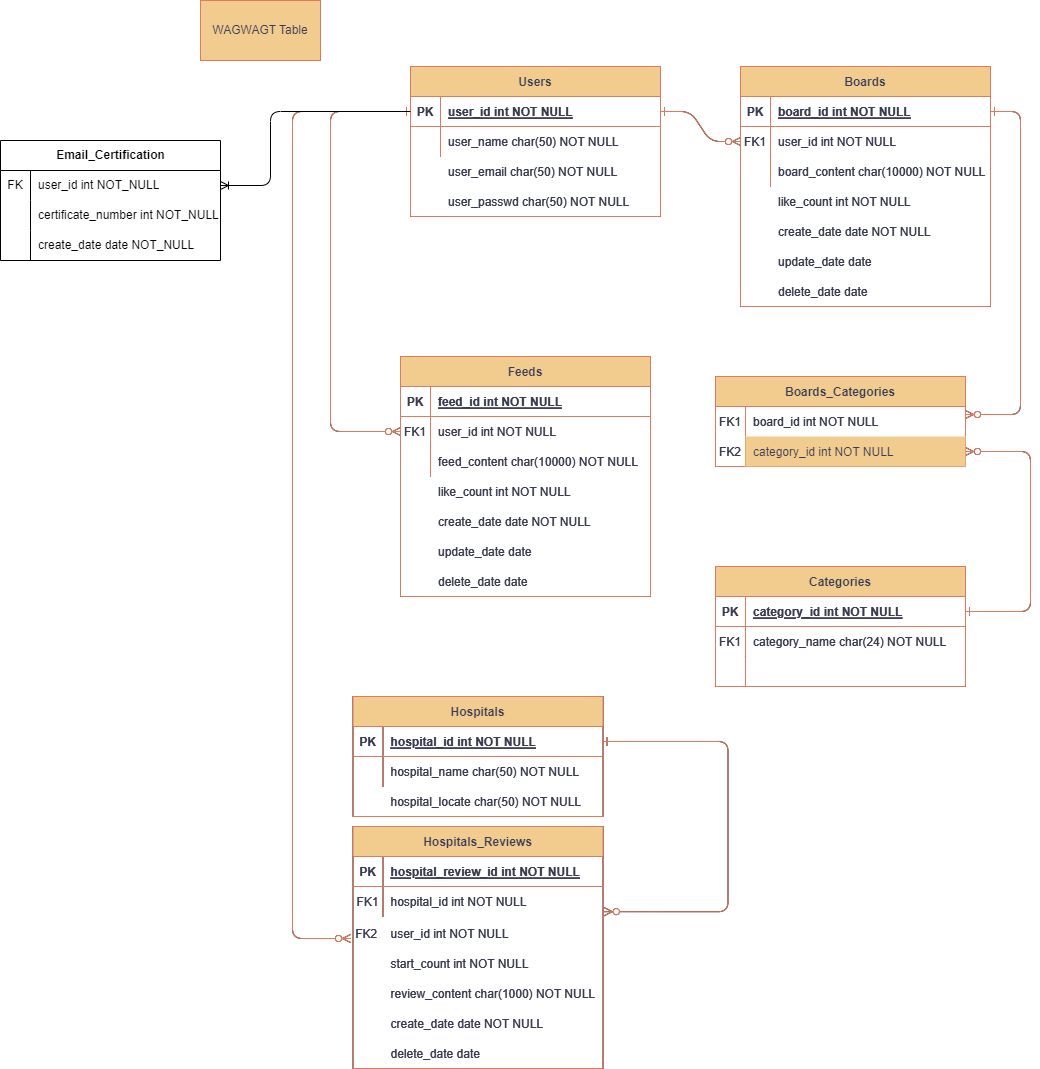
Before: wagwagt_table.drawio.png, a diagram exported from draw.io (jihoonLeee/borikkori_api). Source tidied: cells renumbered, new cells last; positions are measured from the earlier drawing's top-left corner, leaving out a move shared by most shapes.
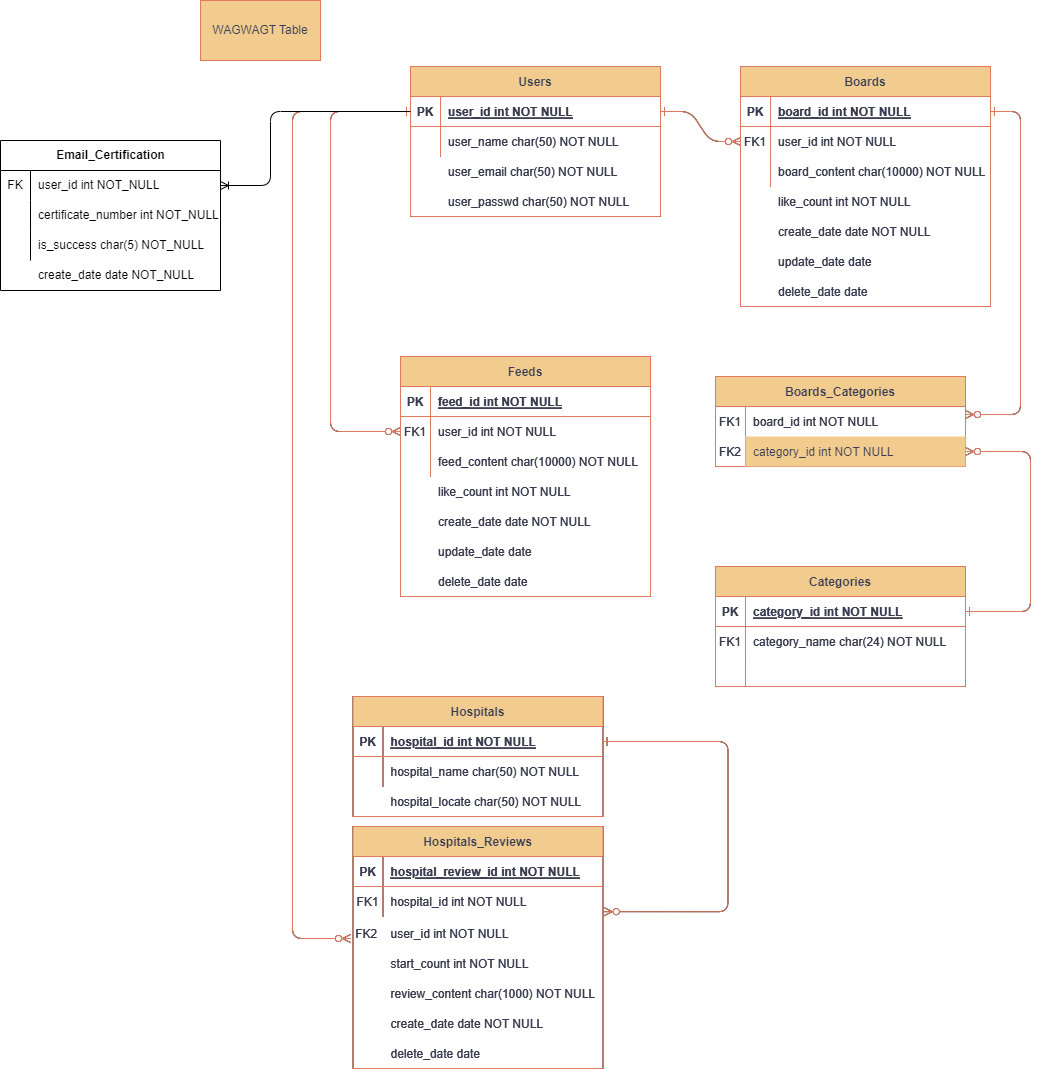
Above is the later version.

Diff of the diagram source:
```diff
@@ -595,7 +595,7 @@
       <mxGeometry x="200" width="120" height="60" as="geometry" />
     </mxCell>
     <mxCell id="182" value="Email_Certification" style="shape=table;startSize=30;rowLines=0;fontStyle=1;align=center;html=1;" parent="1" vertex="1">
-      <mxGeometry y="140" width="220" height="120" as="geometry" />
+      <mxGeometry y="140" width="220" height="150" as="geometry" />
     </mxCell>
     <mxCell id="183" style="shape=tableRow;horizontal=0;startSize=0;swimlaneHead=0;swimlaneBody=0;fillColor=none;points=[[0,0.5],[1,0.5]];portConstraint=eastwest;top=0;left=0;right=0;bottom=0;" parent="182" vertex="1">
       <mxGeometry y="30" width="220" height="30" as="geometry" />
@@ -621,7 +621,7 @@
     <mxCell id="190" style="shape=partialRectangle;fillColor=none;top=0;left=0;bottom=0;right=0;overflow=hidden;whiteSpace=wrap;html=1;" parent="189" vertex="1">
       <mxGeometry width="30" height="30" as="geometry" />
     </mxCell>
-    <mxCell id="191" value="create_date date NOT_NULL" style="shape=partialRectangle;fillColor=none;top=0;left=0;bottom=0;right=0;align=left;spacingLeft=6;overflow=hidden;whiteSpace=wrap;html=1;" parent="189" vertex="1">
+    <mxCell id="191" value="is_success char(5) NOT_NULL" style="shape=partialRectangle;fillColor=none;top=0;left=0;bottom=0;right=0;align=left;spacingLeft=6;overflow=hidden;whiteSpace=wrap;html=1;" parent="189" vertex="1">
       <mxGeometry x="30" width="190" height="30" as="geometry" />
     </mxCell>
     <mxCell id="192" style="edgeStyle=orthogonalEdgeStyle;fontSize=12;html=1;endArrow=ERoneToMany;entryX=1;entryY=0.5;entryDx=0;entryDy=0;exitX=0;exitY=0.5;exitDx=0;exitDy=0;rounded=1;" parent="1" edge="1" source="105" target="183">
@@ -632,5 +632,8 @@
         </Array>
       </mxGeometry>
     </mxCell>
+    <mxCell id="193" value="create_date date NOT_NULL" style="shape=partialRectangle;fillColor=none;top=0;left=0;bottom=0;right=0;align=left;spacingLeft=6;overflow=hidden;whiteSpace=wrap;html=1;" parent="1" vertex="1">
+      <mxGeometry x="30" y="260" width="190" height="30" as="geometry" />
+    </mxCell>
   </root>
 </mxGraphModel>
```
